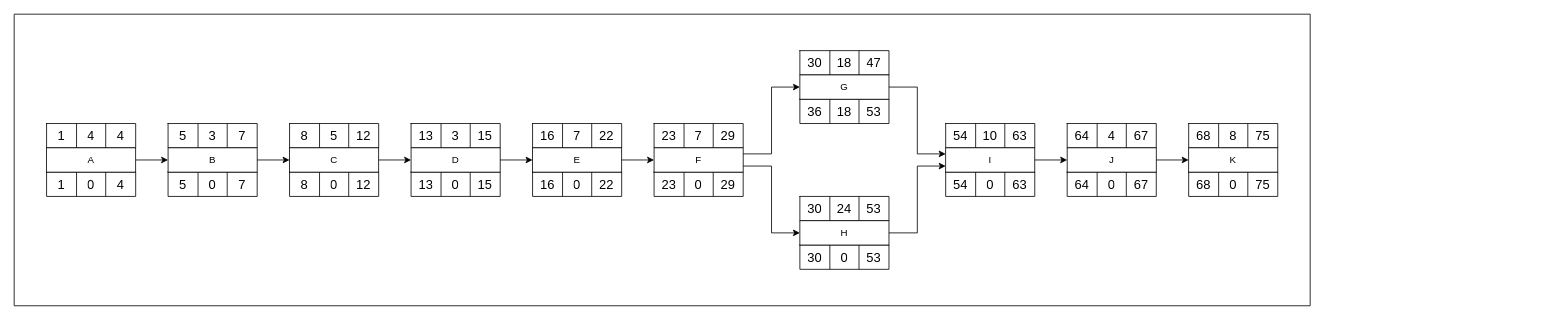
Earlier version of the draw.io diagram Critical-Path-PM-Fix.drawio (WizziGameDev/design-draw-io). Source tidied: cells renumbered, new cells numbered last; positions are measured from the earlier drawing's top-left corner, leaving out a move shared by most shapes. Both pictures are drawn from the tidied source at 81%, with x=0, y=0 at pixel (14, 14).
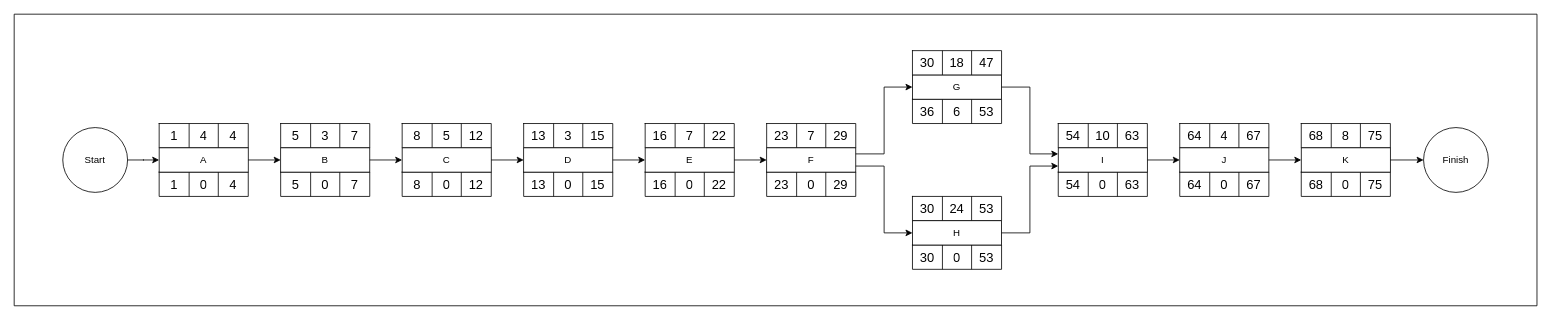
Above is the later version.

The change refers to these unchanged cells:
```xml
<mxCell id="14" value="A" style="rounded=0;whiteSpace=wrap;html=1;" parent="3" vertex="1">
  <mxGeometry y="30" width="110" height="30" as="geometry" />
</mxCell>
<mxCell id="82" style="shape=tableRow;horizontal=0;startSize=0;swimlaneHead=0;swimlaneBody=0;strokeColor=inherit;top=0;left=0;bottom=0;right=0;fillColor=none;fontSize=16;" parent="81" vertex="1">
  <mxGeometry width="110" height="30" as="geometry" />
</mxCell>
<mxCell id="134" value="K" style="rounded=0;whiteSpace=wrap;html=1;" parent="123" vertex="1">
  <mxGeometry y="30" width="110" height="30" as="geometry" />
</mxCell>
```

Change to the diagram source:
```diff
@@
     <mxCell id="2" style="swimlane;startSize=0;" parent="1" vertex="1">
-      <mxGeometry width="1600" height="360" as="geometry" />
+      <mxGeometry width="1880" height="360" as="geometry" />
     </mxCell>
     <mxCell id="3" style="group;" parent="2" vertex="1">
-      <mxGeometry x="40" y="135" width="110" height="90" as="geometry" />
+      <mxGeometry x="179" y="135" width="110" height="90" as="geometry" />
     </mxCell>
@@
     <mxCell id="15" style="group;" parent="2" vertex="1">
-      <mxGeometry x="190" y="135" width="110" height="90" as="geometry" />
+      <mxGeometry x="329" y="135" width="110" height="90" as="geometry" />
     </mxCell>
@@
     <mxCell id="27" style="group;" parent="2" vertex="1">
-      <mxGeometry x="640" y="135" width="110" height="90" as="geometry" />
+      <mxGeometry x="779" y="135" width="110" height="90" as="geometry" />
     </mxCell>
@@
     <mxCell id="39" style="group;" parent="2" vertex="1">
-      <mxGeometry x="490" y="135" width="110" height="90" as="geometry" />
+      <mxGeometry x="629" y="135" width="110" height="90" as="geometry" />
     </mxCell>
@@
     <mxCell id="51" style="group;" parent="2" vertex="1">
-      <mxGeometry x="340" y="135" width="110" height="90" as="geometry" />
+      <mxGeometry x="479" y="135" width="110" height="90" as="geometry" />
     </mxCell>
@@
     <mxCell id="63" style="group;" parent="2" vertex="1">
-      <mxGeometry x="790" y="135" width="110" height="90" as="geometry" />
+      <mxGeometry x="929" y="135" width="110" height="90" as="geometry" />
     </mxCell>
@@
     <mxCell id="75" style="group;" parent="2" vertex="1">
-      <mxGeometry x="970" y="45" width="110" height="90" as="geometry" />
+      <mxGeometry x="1130" y="45" width="110" height="90" as="geometry" />
     </mxCell>
-    <mxCell id="76" style="shape=table;startSize=0;childLayout=tableLayout;fontSize=16;" parent="75" vertex="1">
-      <mxGeometry width="110" height="30" as="geometry" />
-    </mxCell>
-    <mxCell id="77" style="shape=tableRow;horizontal=0;startSize=0;swimlaneHead=0;swimlaneBody=0;strokeColor=inherit;top=0;left=0;bottom=0;right=0;fillColor=none;fontSize=16;" parent="76" vertex="1">
-      <mxGeometry width="110" height="30" as="geometry" />
-    </mxCell>
-    <mxCell id="78" value="30" style="shape=partialRectangle;html=1;whiteSpace=wrap;strokeColor=inherit;overflow=hidden;fillColor=none;top=0;left=0;bottom=0;right=0;fontSize=16;" parent="77" vertex="1">
-      <mxGeometry width="37" height="30" as="geometry" />
-    </mxCell>
-    <mxCell id="79" value="18" style="shape=partialRectangle;html=1;whiteSpace=wrap;strokeColor=inherit;overflow=hidden;fillColor=none;top=0;left=0;bottom=0;right=0;fontSize=16;" parent="77" vertex="1">
-      <mxGeometry x="37" width="36" height="30" as="geometry" />
-    </mxCell>
-    <mxCell id="80" value="47" style="shape=partialRectangle;html=1;whiteSpace=wrap;strokeColor=inherit;overflow=hidden;fillColor=none;top=0;left=0;bottom=0;right=0;fontSize=16;" parent="77" vertex="1">
-      <mxGeometry x="73" width="37" height="30" as="geometry" />
-    </mxCell>
     <mxCell id="81" style="shape=table;startSize=0;childLayout=tableLayout;fontSize=16;" parent="75" vertex="1">
-      <mxGeometry y="60" width="110" height="30" as="geometry" />
+      <mxGeometry x="-21" y="60" width="110" height="30" as="geometry" />
     </mxCell>
@@
-    <mxCell id="84" value="18" style="shape=partialRectangle;html=1;whiteSpace=wrap;strokeColor=inherit;overflow=hidden;fillColor=none;top=0;left=0;bottom=0;right=0;fontSize=16;" parent="82" vertex="1">
+    <mxCell id="84" value="6" style="shape=partialRectangle;html=1;whiteSpace=wrap;strokeColor=inherit;overflow=hidden;fillColor=none;top=0;left=0;bottom=0;right=0;fontSize=16;" parent="82" vertex="1">
       <mxGeometry x="37" width="36" height="30" as="geometry" />
     </mxCell>
@@
     <mxCell id="86" value="G" style="rounded=0;whiteSpace=wrap;html=1;" parent="75" vertex="1">
-      <mxGeometry y="30" width="110" height="30" as="geometry" />
+      <mxGeometry x="-21" y="30" width="110" height="30" as="geometry" />
     </mxCell>
     <mxCell id="87" style="group;" parent="2" vertex="1">
-      <mxGeometry x="970" y="225" width="110" height="90" as="geometry" />
+      <mxGeometry x="1109" y="225" width="110" height="90" as="geometry" />
     </mxCell>
@@
     <mxCell id="99" style="group;" parent="2" vertex="1">
-      <mxGeometry x="1150" y="135" width="110" height="90" as="geometry" />
+      <mxGeometry x="1289" y="135" width="110" height="90" as="geometry" />
     </mxCell>
@@
     <mxCell id="111" style="group;" parent="2" vertex="1">
-      <mxGeometry x="1300" y="135" width="110" height="90" as="geometry" />
+      <mxGeometry x="1439" y="135" width="110" height="90" as="geometry" />
     </mxCell>
@@
     <mxCell id="123" style="group;" parent="2" vertex="1">
-      <mxGeometry x="1450" y="135" width="110" height="90" as="geometry" />
+      <mxGeometry x="1589" y="135" width="110" height="90" as="geometry" />
     </mxCell>
@@
+    <mxCell id="146" style="edgeStyle=orthogonalEdgeStyle;rounded=0;jettySize=auto;html=1;entryX=0;entryY=0.5;entryDx=0;entryDy=0;" parent="2" edge="1" source="147" target="14">
+      <mxGeometry relative="1" as="geometry" />
+    </mxCell>
+    <mxCell id="147" value="Start" style="ellipse;whiteSpace=wrap;html=1;" parent="2" vertex="1">
+      <mxGeometry x="60" y="140" width="80" height="80" as="geometry" />
+    </mxCell>
+    <mxCell id="148" value="Finish" style="ellipse;whiteSpace=wrap;html=1;" parent="2" vertex="1">
+      <mxGeometry x="1740" y="140" width="80" height="80" as="geometry" />
+    </mxCell>
+    <mxCell id="149" style="edgeStyle=orthogonalEdgeStyle;rounded=0;jettySize=auto;html=1;" parent="2" edge="1" source="134" target="148">
+      <mxGeometry relative="1" as="geometry" />
+    </mxCell>
+    <mxCell id="76" style="shape=table;startSize=0;childLayout=tableLayout;fontSize=16;" parent="2" vertex="1">
+      <mxGeometry x="1109" y="45" width="110" height="30" as="geometry" />
+    </mxCell>
+    <mxCell id="77" style="shape=tableRow;horizontal=0;startSize=0;swimlaneHead=0;swimlaneBody=0;strokeColor=inherit;top=0;left=0;bottom=0;right=0;fillColor=none;fontSize=16;" parent="76" vertex="1">
+      <mxGeometry width="110" height="30" as="geometry" />
+    </mxCell>
+    <mxCell id="78" value="30" style="shape=partialRectangle;html=1;whiteSpace=wrap;strokeColor=inherit;overflow=hidden;fillColor=none;top=0;left=0;bottom=0;right=0;fontSize=16;" parent="77" vertex="1">
+      <mxGeometry width="37" height="30" as="geometry" />
+    </mxCell>
+    <mxCell id="79" value="18" style="shape=partialRectangle;html=1;whiteSpace=wrap;strokeColor=inherit;overflow=hidden;fillColor=none;top=0;left=0;bottom=0;right=0;fontSize=16;" parent="77" vertex="1">
+      <mxGeometry x="37" width="36" height="30" as="geometry" />
+    </mxCell>
+    <mxCell id="80" value="47" style="shape=partialRectangle;html=1;whiteSpace=wrap;strokeColor=inherit;overflow=hidden;fillColor=none;top=0;left=0;bottom=0;right=0;fontSize=16;" parent="77" vertex="1">
+      <mxGeometry x="73" width="37" height="30" as="geometry" />
+    </mxCell>
```
